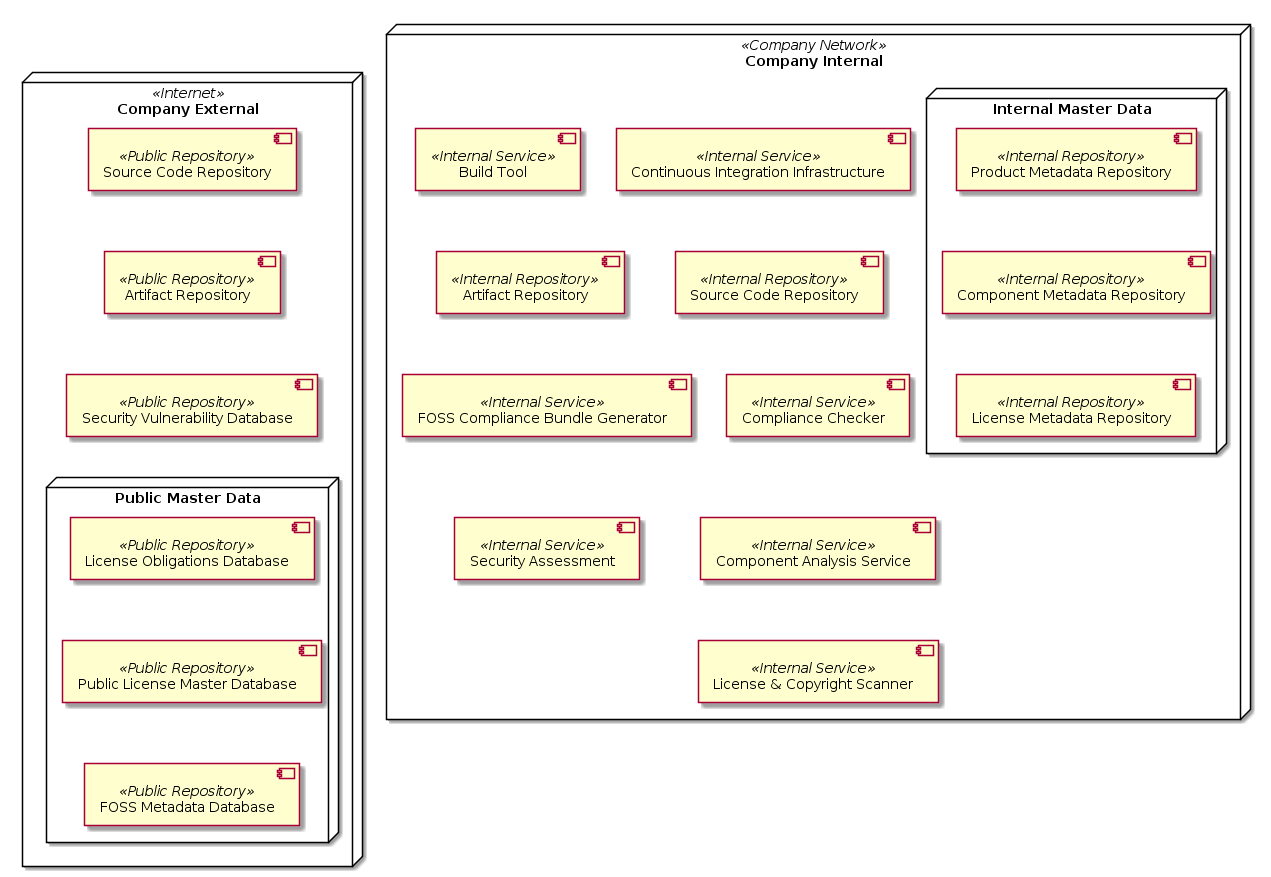
This is Tooling-Landscape/Unanimous-Understanding/OSS_Tooling_Landscape_UML_Deploy.png from Open-Source-Compliance/Sharing-creates-value, a PlantUML export, as it was before one commit.
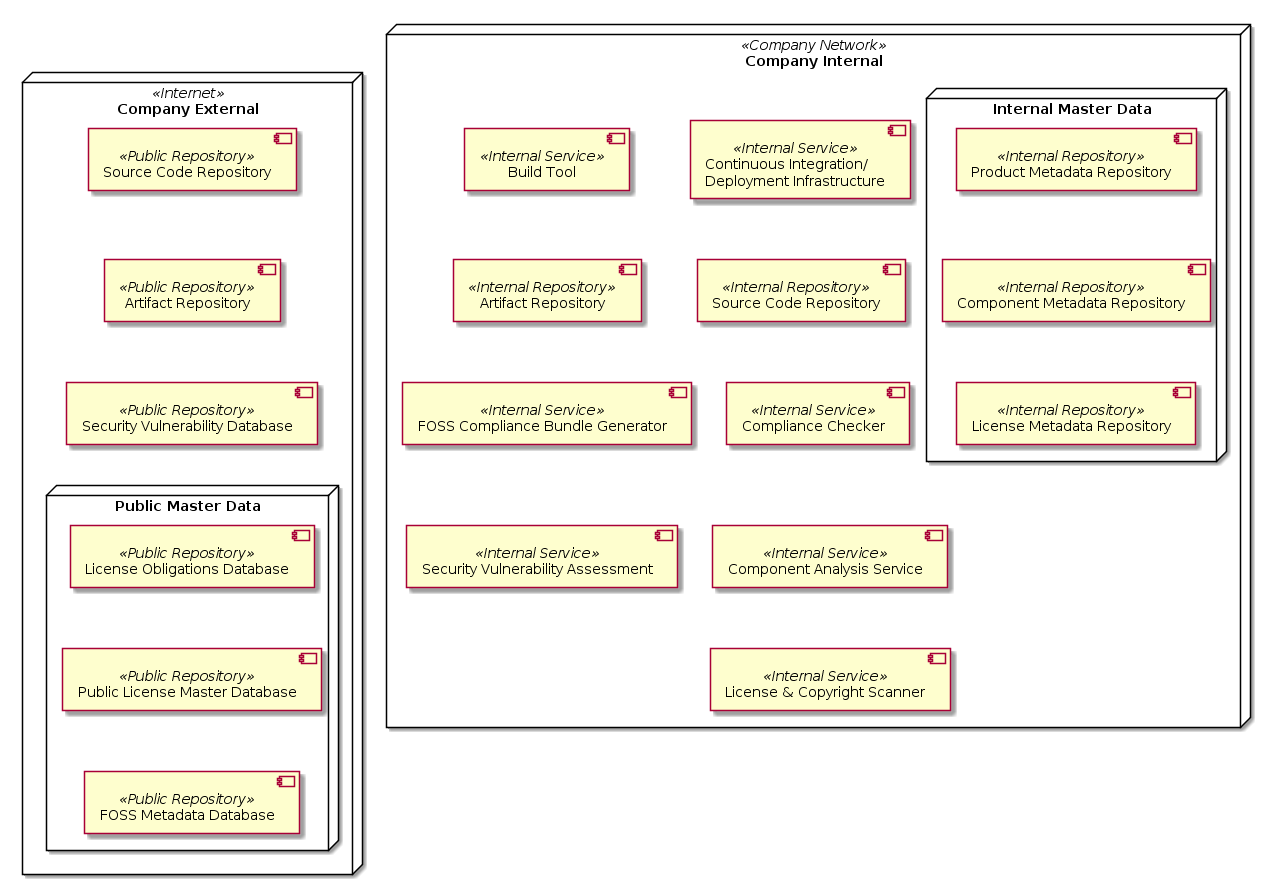
After the change.

Commit message:
Fix issues with inconsistent names between glossary and diagram

Diff of the diagram source:
```diff
@@ -26,7 +26,7 @@
 
 node "Company Internal" <<Company Network>> {
 
-    component [Continuous Integration Infrastructure] as cicd <<Internal Service>>
+    component [Continuous Integration/\nDeployment Infrastructure] as cicd <<Internal Service>>
 
     component [Build Tool] as buildsystem <<Internal Service>>
 
@@ -42,7 +42,7 @@
 
     component [License & Copyright Scanner] as licensescanner <<Internal Service>>
 
-    component [Security Assessment] as securityassessment <<Internal Service>>
+    component [Security Vulnerability Assessment] as securityassessment <<Internal Service>>
 
     node "Internal Master Data" {
 
```
